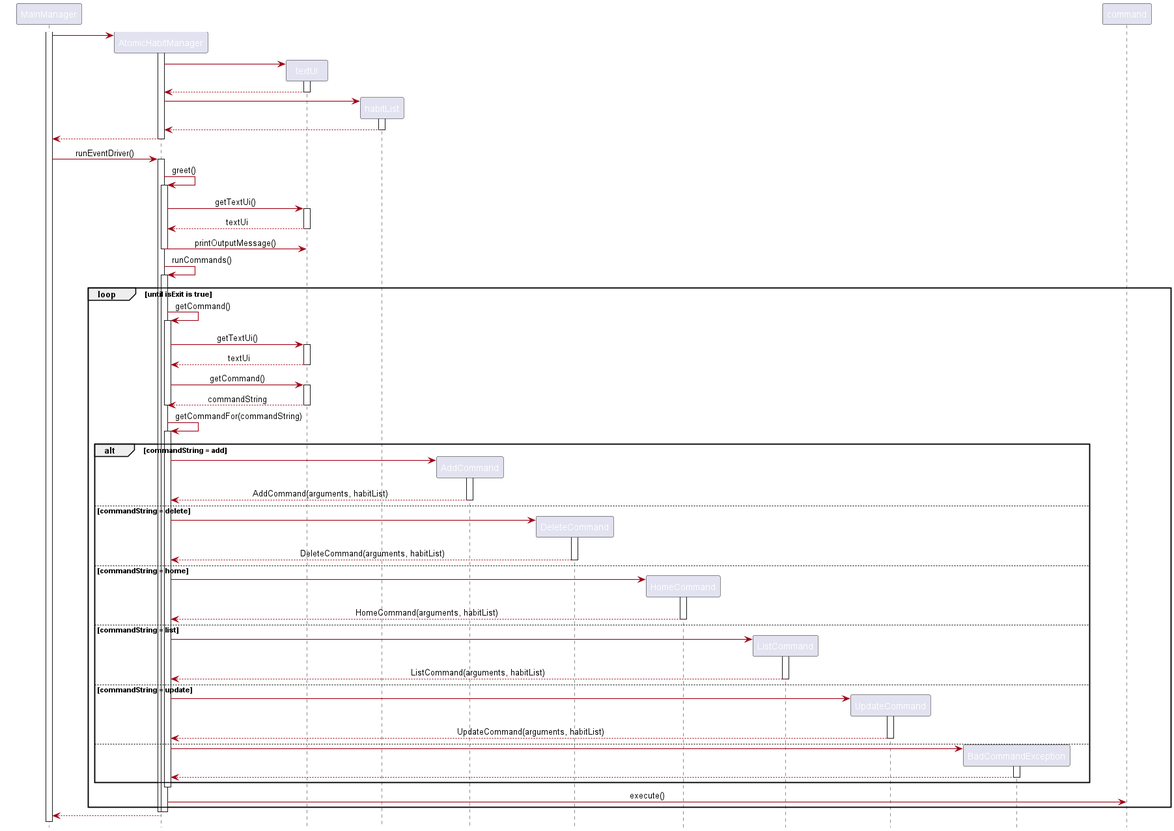
Above: docs/diagrams/AtomicHabitSequenceDiagram.png in wenxin-c/tp (PlantUML), before the change.
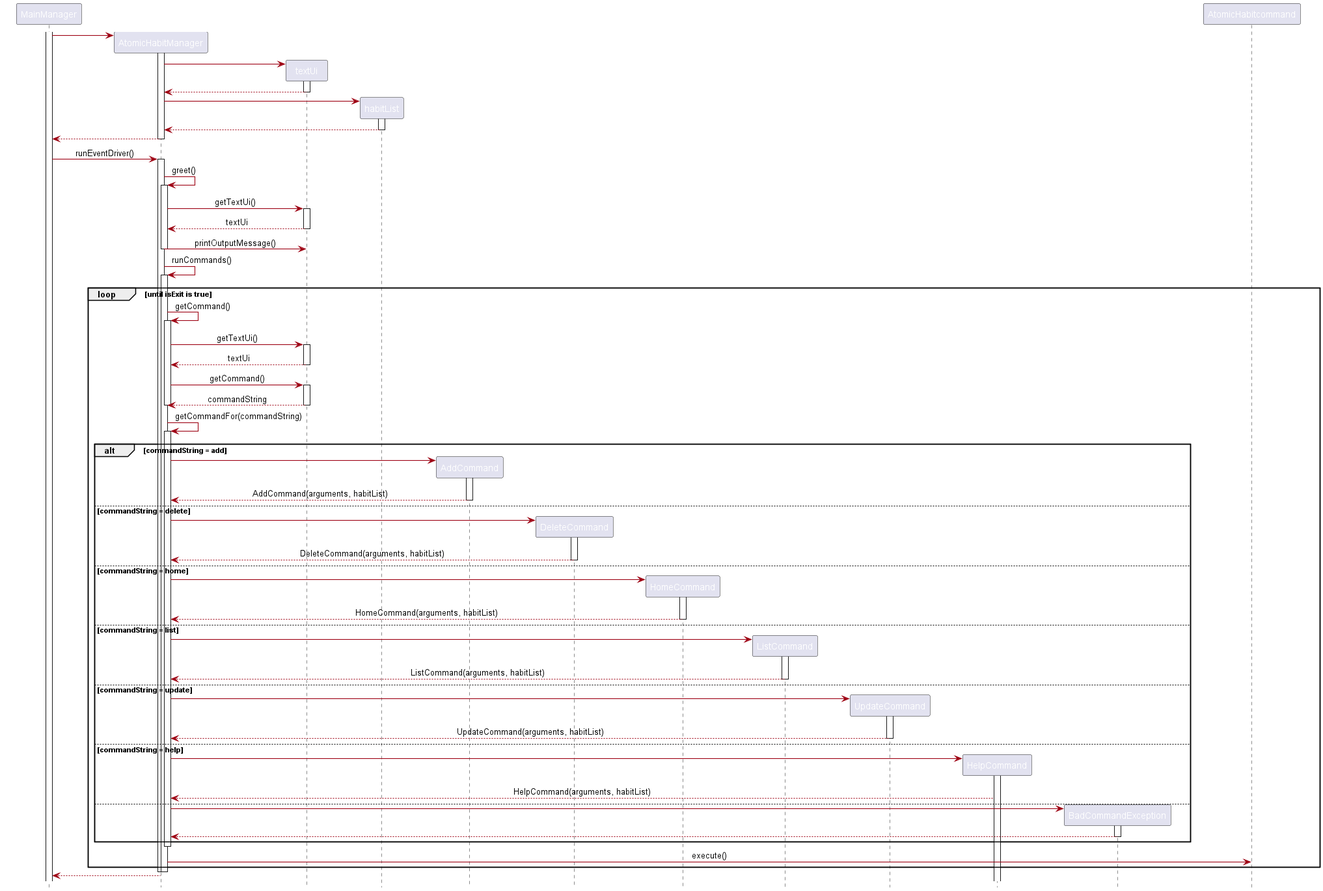
After the commit.

Diff of the diagram source:
```diff
@@ -86,6 +86,12 @@
                 activate UpdateCommand
                 UpdateCommand --> AtomicHabitManager : UpdateCommand(arguments, habitList)
                 deactivate UpdateCommand
+            else commandString = help
+                create HelpCommand
+                AtomicHabitManager -> HelpCommand
+                activate HelpCommand
+                HelpCommand --> AtomicHabitManager : HelpCommand(arguments, habitList)
+                deactivate UpdateCommand
             else
                 create BadCommandException
                 AtomicHabitManager -> BadCommandException
@@ -94,7 +100,7 @@
                 deactivate BadCommandException
             end
         deactivate AtomicHabitManager
-        AtomicHabitManager -> command : execute()
+        AtomicHabitManager -> AtomicHabitcommand : execute()
     end
 deactivate AtomicHabitManager
 
```
